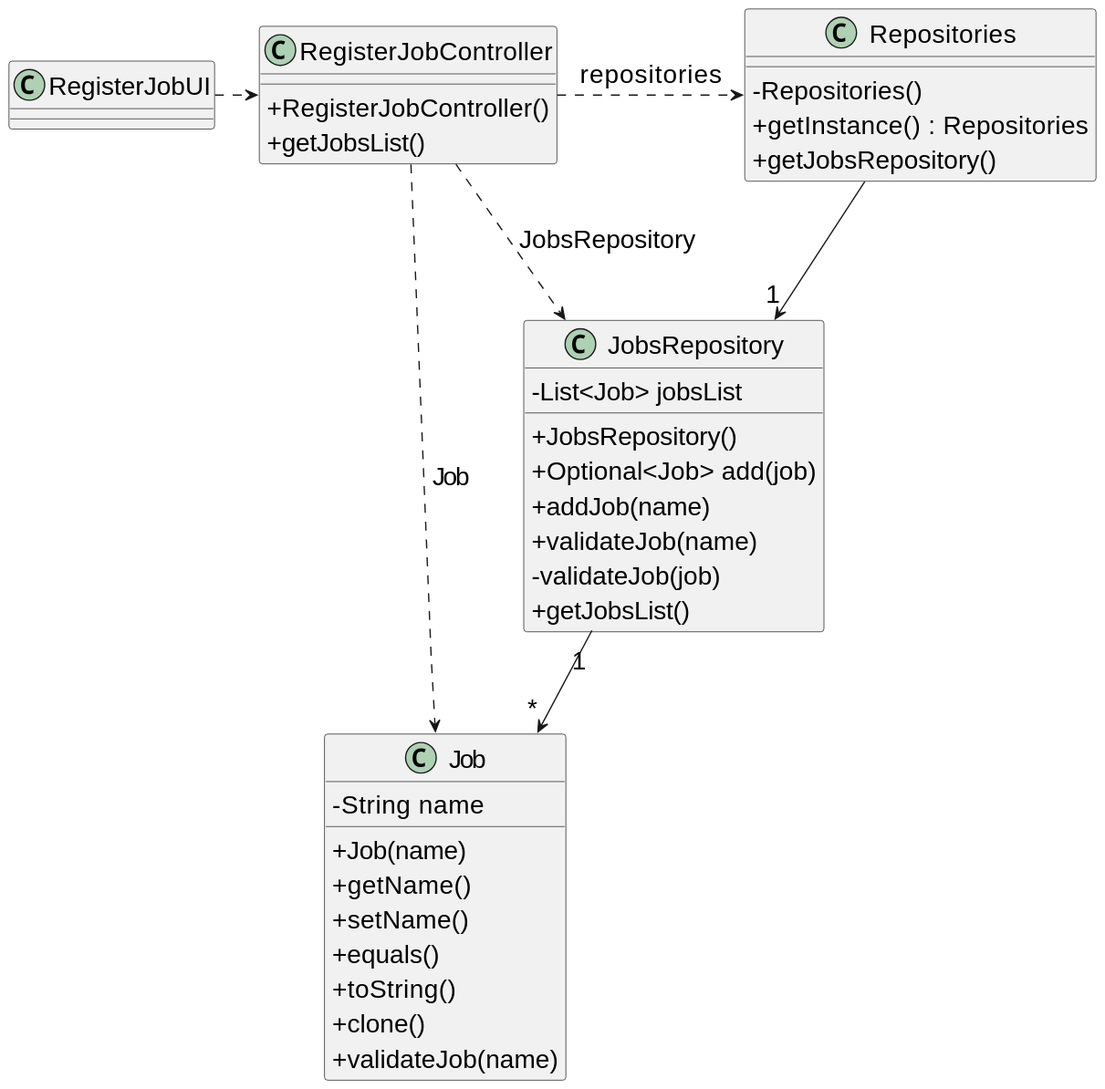
Before: docs/sprint2/us002/03.design/svg/us002-class-diagram.svg, a diagram exported from PlantUML (1231360-ISEP/lei-24-s2-1db-g021).
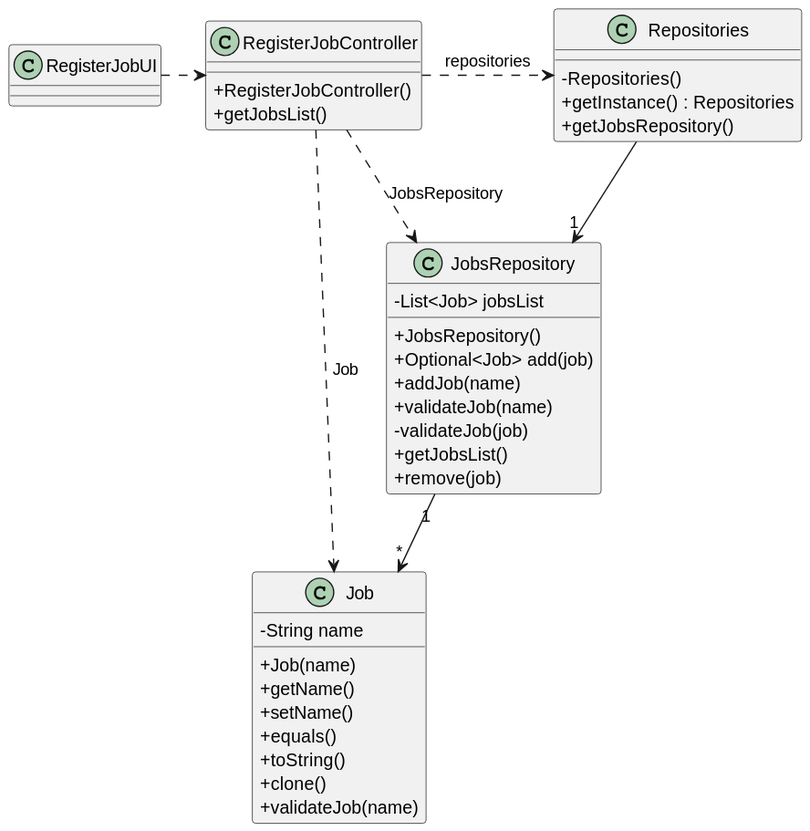
The same diagram one commit later.

The edit, as a diff of the source:
```diff
@@ -1,5 +1,4 @@
 @startuml
-skinparamlocked defaultFontSize 20
 skinparam packageStyle rectangle
 skinparam shadowing false
 skinparam linetype polyline
@@ -33,6 +32,7 @@
     + validateJob(name)
     - validateJob(job)
     + getJobsList()
+    +remove(job)
 }
 
 class Repositories {
```
